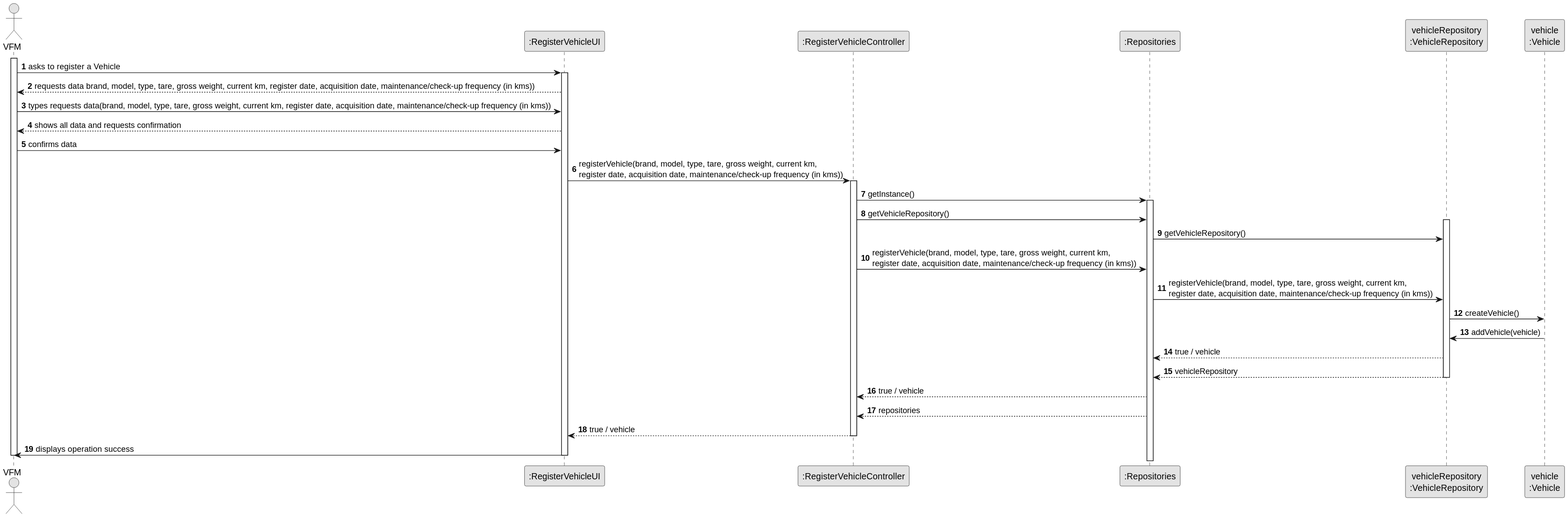
Before: docs/sprintB/us006/03.design/svg/us006-sequence-diagram-full.svg, a diagram exported from PlantUML (francisc-o-liveira/lei-24-s2-1dp-g163).
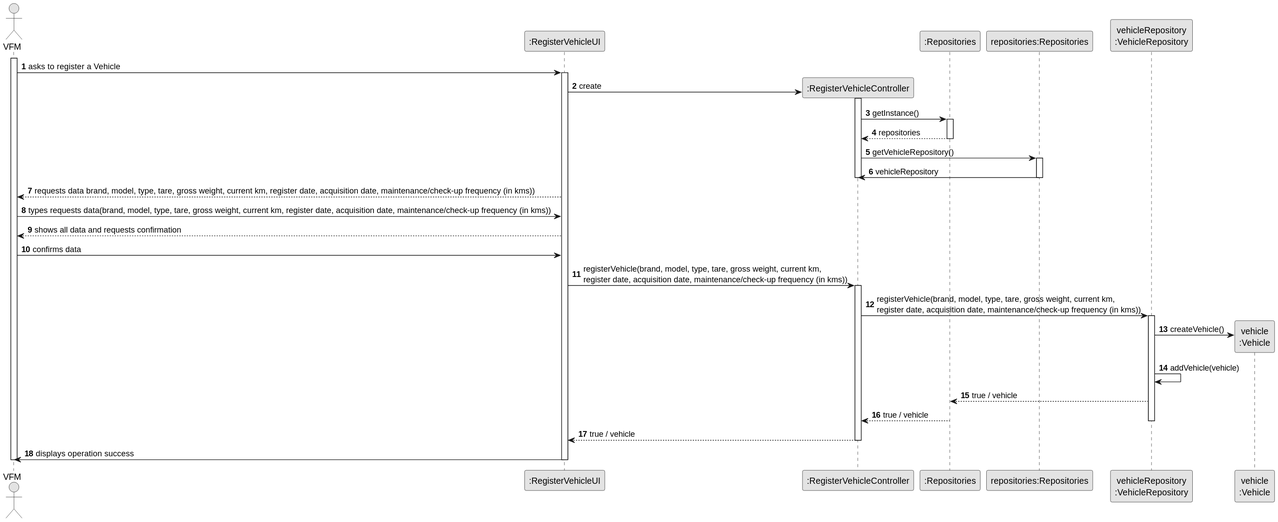
The same file after the commit.

Commit message:
Alteração de Diagrama de Sequência da US06

What changed in the source:
```diff
@@ -9,13 +9,31 @@
 participant ":RegisterVehicleUI" as UI
 participant ":RegisterVehicleController" as CTRL
 participant ":Repositories" as Repositories
+participant "repositories:Repositories" as Repo
 participant "vehicleRepository\n:VehicleRepository" as VehicleRepository
 participant "vehicle\n:Vehicle" as Vehicle
 
 activate VFM
 
-        VFM -> UI : asks to register a Vehicle
-        activate UI
+    VFM -> UI : asks to register a Vehicle
+    activate UI
+
+    UI -> CTRL** : create
+    activate CTRL
+
+    CTRL -> Repositories : getInstance()
+    activate Repositories
+
+    Repositories --> CTRL: repositories
+    deactivate Repositories
+
+    CTRL -> Repo : getVehicleRepository()
+    activate Repo
+
+    Repo -> CTRL : vehicleRepository
+    deactivate Repo
+
+    deactivate CTRL
 
     UI --> VFM : requests data brand, model, type, tare, gross weight, current km, register date, acquisition date, maintenance/check-up frequency (in kms))
 
@@ -25,40 +43,23 @@
 
     VFM -> UI : confirms data
 
-        UI -> CTRL : registerVehicle(brand, model, type, tare, gross weight, current km, \nregister date, acquisition date, maintenance/check-up frequency (in kms))
-        activate CTRL
+    UI -> CTRL : registerVehicle(brand, model, type, tare, gross weight, current km, \nregister date, acquisition date, maintenance/check-up frequency (in kms))
+    activate CTRL
+
+    CTRL -> VehicleRepository: registerVehicle(brand, model, type, tare, gross weight, current km, \nregister date, acquisition date, maintenance/check-up frequency (in kms))
+    activate VehicleRepository
+
+    VehicleRepository -> Vehicle**: createVehicle()
+    VehicleRepository -> VehicleRepository: addVehicle(vehicle)
+    VehicleRepository --> Repositories : true / vehicle
 
 
-                            CTRL -> Repositories : getInstance()
-                            activate Repositories
+    Repositories --> CTRL : true / vehicle
+    deactivate VehicleRepository
 
+    CTRL --> UI: true / vehicle
+    deactivate CTRL
 
-                            CTRL -> Repositories : getVehicleRepository()
-                            activate VehicleRepository
-
-                            Repositories -> VehicleRepository : getVehicleRepository()
-
-
-
-                            CTRL -> Repositories: registerVehicle(brand, model, type, tare, gross weight, current km, \nregister date, acquisition date, maintenance/check-up frequency (in kms))
-
-                            Repositories -> VehicleRepository : registerVehicle(brand, model, type, tare, gross weight, current km, \nregister date, acquisition date, maintenance/check-up frequency (in kms))
-                            VehicleRepository -> Vehicle: createVehicle()
-                            Vehicle -> VehicleRepository: addVehicle(vehicle)
-                            VehicleRepository --> Repositories : true / vehicle
-
-                            VehicleRepository --> Repositories: vehicleRepository
-                            deactivate VehicleRepository
-
-                            Repositories --> CTRL : true / vehicle
-
-                            Repositories --> CTRL: repositories
-
-
-                    deactivate VehicleRepository
-
-                    CTRL --> UI: true / vehicle
-                    deactivate CTRL
     UI -> VFM : displays operation success
     deactivate UI
 
```
